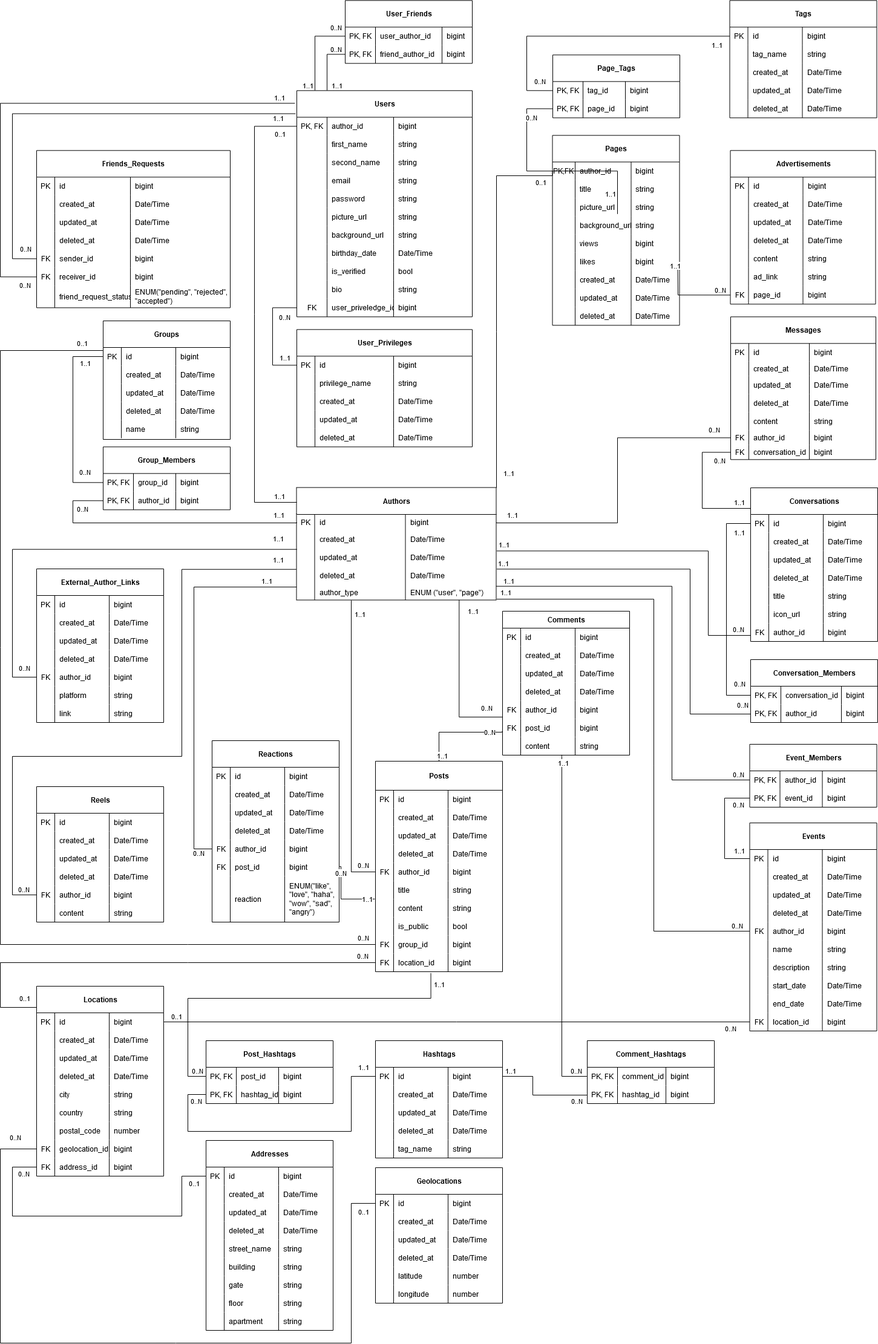
The draw.io diagram docs/images/DiagramBazyDanych_8_2.png in lukaszfabia/social_media_db, before a commit. Source tidied: cells renumbered, new cells last; positions are measured from the earlier drawing's top-left corner, leaving out a move shared by most shapes.
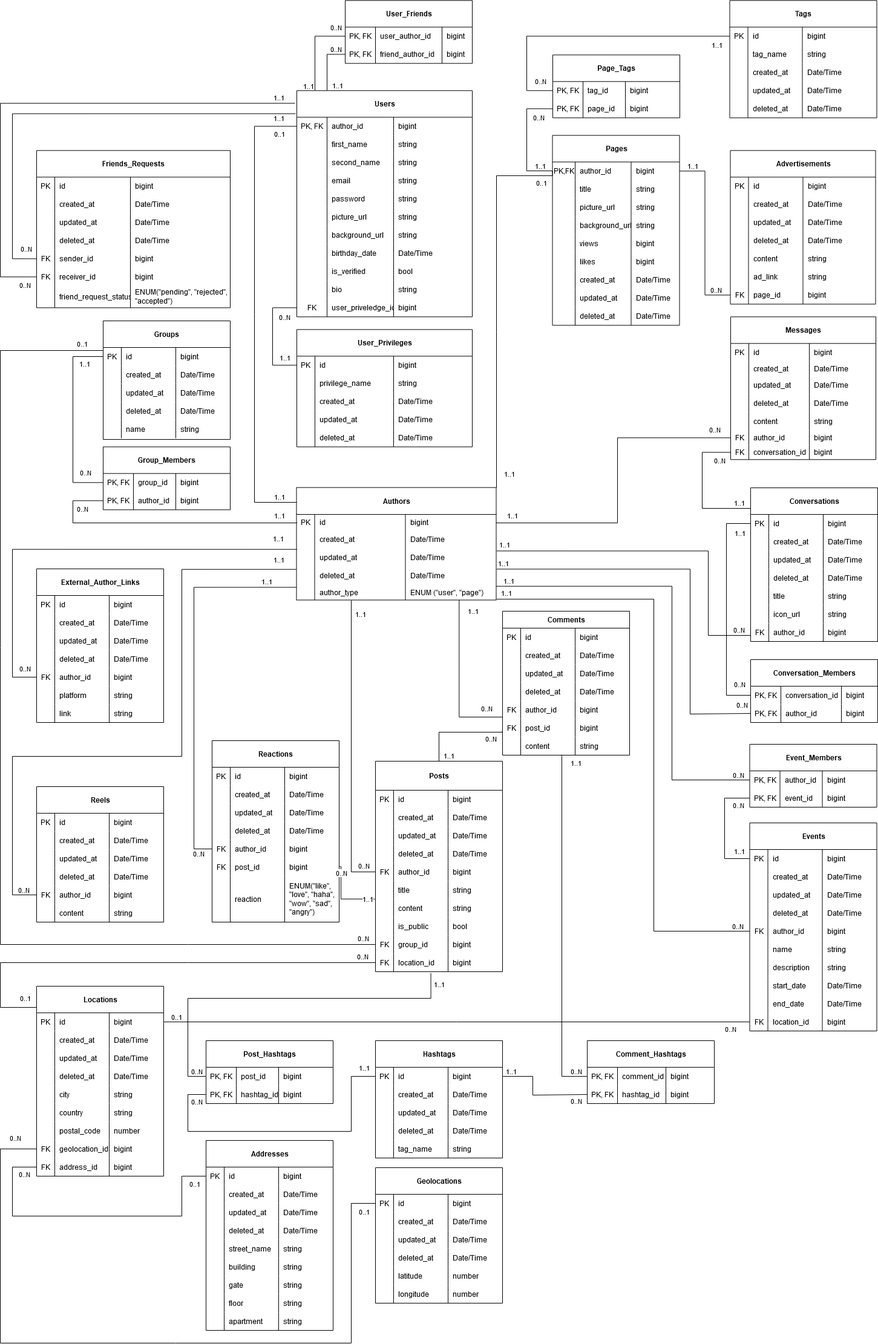
The same file after the commit.

Commit message:
chamged diagram 2

The edit, as a diff of the source:
```diff
@@ -2140,10 +2140,8 @@
     <mxCell id="675" value="string" style="shape=partialRectangle;fillColor=none;top=0;left=0;bottom=0;right=0;align=left;spacingLeft=6;overflow=hidden;whiteSpace=wrap;html=1;" parent="672" vertex="1">
       <mxGeometry x="120" width="90" height="30" as="geometry" />
     </mxCell>
-    <mxCell id="676" style="endArrow=none;html=1;rounded=0;exitX=1;exitY=0.5;exitDx=0;exitDy=0;entryX=0;entryY=0.5;entryDx=0;entryDy=0;edgeStyle=orthogonalEdgeStyle;" parent="1" edge="1" target="172">
-      <mxGeometry relative="1" as="geometry">
-        <mxPoint x="1119.5" y="438.3" as="sourcePoint" />
-      </mxGeometry>
+    <mxCell id="676" style="endArrow=none;html=1;rounded=0;exitX=1;exitY=0.5;exitDx=0;exitDy=0;entryX=0;entryY=0.5;entryDx=0;entryDy=0;edgeStyle=orthogonalEdgeStyle;" parent="1" edge="1" source="90" target="172">
+      <mxGeometry relative="1" as="geometry" />
     </mxCell>
     <mxCell id="677" value="1..1" style="edgeLabel;html=1;align=center;verticalAlign=middle;" parent="676" vertex="1">
       <mxGeometry x="-0.83" y="-2" relative="1" as="geometry">
@@ -2155,9 +2153,9 @@
         <mxPoint x="-12" y="-9" as="offset" />
       </mxGeometry>
     </mxCell>
-    <mxCell id="679" style="endArrow=none;html=1;rounded=0;entryX=0;entryY=0.5;entryDx=0;entryDy=0;exitX=0;exitY=0.5;exitDx=0;exitDy=0;edgeStyle=orthogonalEdgeStyle;" parent="1" edge="1" target="528">
+    <mxCell id="679" style="endArrow=none;html=1;rounded=0;entryX=0;entryY=0.5;entryDx=0;entryDy=0;edgeStyle=orthogonalEdgeStyle;" parent="1" edge="1" target="528">
       <mxGeometry relative="1" as="geometry">
-        <mxPoint x="1020" y="353.3" as="sourcePoint" />
+        <mxPoint x="913" y="282" as="sourcePoint" />
         <Array as="points">
           <mxPoint x="870" y="282.3" />
           <mxPoint x="870" y="179.3" />
@@ -2512,7 +2510,7 @@
     </mxCell>
     <mxCell id="747" value="1..1" style="edgeLabel;html=1;align=center;verticalAlign=middle;" parent="745" vertex="1">
       <mxGeometry x="0.92" y="-1" relative="1" as="geometry">
-        <mxPoint x="1" y="-11" as="offset" />
+        <mxPoint x="21" y="-11" as="offset" />
       </mxGeometry>
     </mxCell>
     <mxCell id="748" style="endArrow=none;html=1;rounded=0;entryX=0;entryY=0.5;entryDx=0;entryDy=0;exitX=0.813;exitY=0.977;exitDx=0;exitDy=0;exitPerimeter=0;edgeStyle=orthogonalEdgeStyle;" parent="1" edge="1" source="19" target="664">
@@ -2618,12 +2616,12 @@
     </mxCell>
     <mxCell id="764" value="0..N" style="edgeLabel;html=1;align=center;verticalAlign=middle;" parent="763" vertex="1">
       <mxGeometry x="0.75" y="2" relative="1" as="geometry">
-        <mxPoint x="-2" y="2" as="offset" />
+        <mxPoint x="-1" y="12" as="offset" />
       </mxGeometry>
     </mxCell>
     <mxCell id="765" value="1..1" style="edgeLabel;html=1;align=center;verticalAlign=middle;" parent="763" vertex="1">
       <mxGeometry x="-0.87" y="1" relative="1" as="geometry">
-        <mxPoint x="6" as="offset" />
+        <mxPoint x="16" as="offset" />
       </mxGeometry>
     </mxCell>
     <mxCell id="766" style="endArrow=none;html=1;rounded=0;exitX=1.003;exitY=0.473;exitDx=0;exitDy=0;entryX=-0.005;entryY=0.994;entryDx=0;entryDy=0;entryPerimeter=0;edgeStyle=orthogonalEdgeStyle;exitPerimeter=0;" parent="1" edge="1" source="358" target="255">
```
